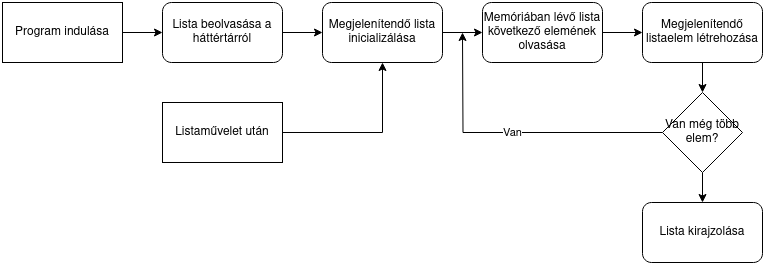
zsoltkovacs94/koffein-shopping-list keeps this draw.io diagram as UML/funkcionalis_terv/megjelenites.png. Above is the earlier version. Source tidied: cells renumbered, new cells last; positions are measured from the earlier drawing's top-left corner, leaving out a move shared by most shapes.
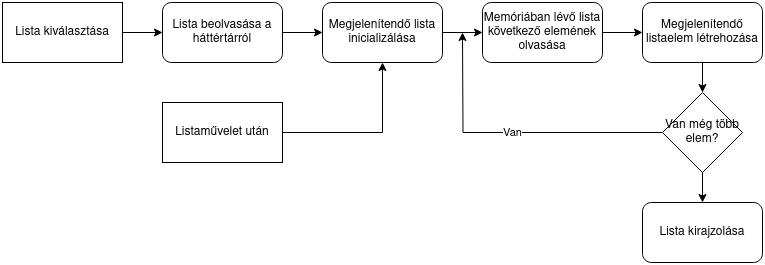
The same diagram one commit later.

Commit message:
rendszerterv.md továbbiakban megírandó pontok hozzáadva, listamegjelenítés pontosítva

What changed in the source:
```diff
@@ -5,7 +5,7 @@
     <mxCell id="2" style="edgeStyle=orthogonalEdgeStyle;rounded=0;jettySize=auto;html=1;exitX=1;exitY=0.5;exitDx=0;exitDy=0;entryX=0;entryY=0.5;entryDx=0;entryDy=0;" parent="1" edge="1" source="3" target="5">
       <mxGeometry relative="1" as="geometry" />
     </mxCell>
-    <mxCell id="3" value="Program indulása" style="rounded=0;whiteSpace=wrap;html=1;" parent="1" vertex="1">
+    <mxCell id="3" value="Lista kiválasztása" style="rounded=0;whiteSpace=wrap;html=1;" parent="1" vertex="1">
       <mxGeometry width="120" height="60" as="geometry" />
     </mxCell>
     <mxCell id="4" style="edgeStyle=orthogonalEdgeStyle;rounded=0;jettySize=auto;html=1;exitX=1;exitY=0.5;exitDx=0;exitDy=0;" parent="1" edge="1" source="5" target="7">
```
